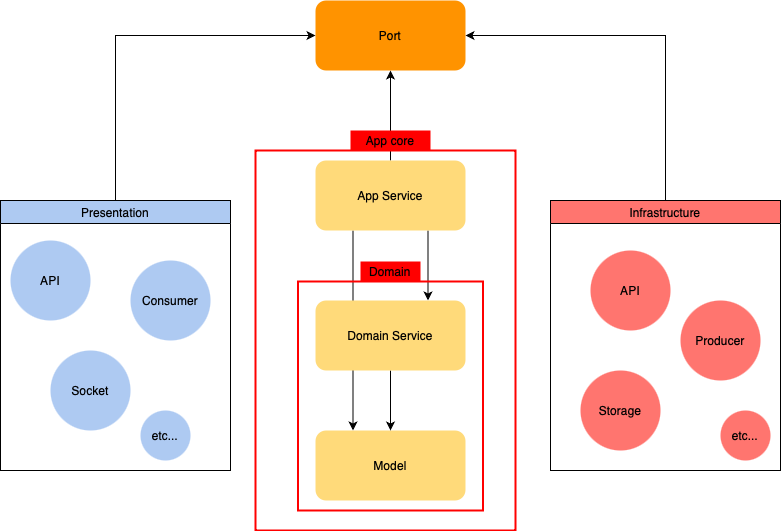
Above: Onion Architecture-relation.drawio.png in yuntai229/Onion-Architecture-Go (draw.io), before the change. Source tidied: cells renumbered, new cells last; positions are measured from the earlier drawing's top-left corner, leaving out a move shared by most shapes. Source of this version:
```xml
<mxGraphModel>
  <root>
    <mxCell id="0" />
    <mxCell id="1" parent="0" />
    <mxCell id="2" style="edgeStyle=orthogonalEdgeStyle;rounded=0;jettySize=auto;html=1;exitX=0.5;exitY=0;exitDx=0;exitDy=0;entryX=0;entryY=0.5;entryDx=0;entryDy=0;" parent="1" edge="1" source="16" target="9">
      <mxGeometry relative="1" as="geometry" />
    </mxCell>
    <mxCell id="3" style="edgeStyle=orthogonalEdgeStyle;rounded=0;jettySize=auto;html=1;exitX=0.5;exitY=0;exitDx=0;exitDy=0;entryX=1;entryY=0.5;entryDx=0;entryDy=0;" parent="1" edge="1" source="21" target="9">
      <mxGeometry relative="1" as="geometry" />
    </mxCell>
    <mxCell id="4" value="Model" style="rounded=1;whiteSpace=wrap;html=1;fillColor=#FFDA7A;strokeColor=none;" parent="1" vertex="1">
      <mxGeometry x="315" y="430" width="150" height="70" as="geometry" />
    </mxCell>
    <mxCell id="5" style="edgeStyle=orthogonalEdgeStyle;rounded=0;jettySize=auto;html=1;exitX=0.25;exitY=1;exitDx=0;exitDy=0;entryX=0.25;entryY=0;entryDx=0;entryDy=0;" parent="1" edge="1" source="8" target="4">
      <mxGeometry relative="1" as="geometry" />
    </mxCell>
    <mxCell id="6" style="edgeStyle=orthogonalEdgeStyle;rounded=0;jettySize=auto;html=1;exitX=0.75;exitY=1;exitDx=0;exitDy=0;entryX=0.75;entryY=0;entryDx=0;entryDy=0;" parent="1" edge="1" source="8" target="11">
      <mxGeometry relative="1" as="geometry" />
    </mxCell>
    <mxCell id="7" style="edgeStyle=orthogonalEdgeStyle;rounded=0;jettySize=auto;html=1;exitX=0.5;exitY=0;exitDx=0;exitDy=0;" parent="1" edge="1" source="8" target="9">
      <mxGeometry relative="1" as="geometry" />
    </mxCell>
    <mxCell id="8" value="App Service" style="rounded=1;whiteSpace=wrap;html=1;fillColor=#FFDA7A;strokeColor=none;" parent="1" vertex="1">
      <mxGeometry x="315" y="160" width="150" height="70" as="geometry" />
    </mxCell>
    <mxCell id="9" value="Port" style="rounded=1;whiteSpace=wrap;html=1;fillColor=#FF9300;strokeColor=none;" parent="1" vertex="1">
      <mxGeometry x="315" width="150" height="70" as="geometry" />
    </mxCell>
    <mxCell id="10" style="edgeStyle=orthogonalEdgeStyle;rounded=0;jettySize=auto;html=1;exitX=0.5;exitY=1;exitDx=0;exitDy=0;" parent="1" edge="1" source="11" target="4">
      <mxGeometry relative="1" as="geometry" />
    </mxCell>
    <mxCell id="11" value="Domain Service" style="rounded=1;whiteSpace=wrap;html=1;fillColor=#FFDA7A;strokeColor=none;" parent="1" vertex="1">
      <mxGeometry x="315" y="300" width="150" height="70" as="geometry" />
    </mxCell>
    <mxCell id="12" style="rounded=0;whiteSpace=wrap;html=1;fillColor=none;strokeColor=#FF0000;strokeWidth=2;" parent="1" vertex="1">
      <mxGeometry x="255" y="150" width="260" height="380" as="geometry" />
    </mxCell>
    <mxCell id="13" style="rounded=0;whiteSpace=wrap;html=1;fillColor=none;strokeWidth=2;strokeColor=#FF0000;" parent="1" vertex="1">
      <mxGeometry x="297.5" y="281" width="185" height="229" as="geometry" />
    </mxCell>
    <mxCell id="14" value="App core" style="rounded=0;whiteSpace=wrap;html=1;fillColor=#FF0000;strokeColor=none;" parent="1" vertex="1">
      <mxGeometry x="350" y="130" width="80" height="20" as="geometry" />
    </mxCell>
    <mxCell id="15" value="Domain" style="rounded=0;whiteSpace=wrap;html=1;fillColor=#FF0000;strokeColor=none;" parent="1" vertex="1">
      <mxGeometry x="360" y="261" width="60" height="20" as="geometry" />
    </mxCell>
    <mxCell id="16" value="&lt;span style=&quot;font-weight: 400;&quot;&gt;Presentation&lt;/span&gt;" style="swimlane;whiteSpace=wrap;html=1;rounded=0;align=center;verticalAlign=middle;fontFamily=Helvetica;fontSize=12;fontColor=default;fillColor=#AECAF2;" parent="1" vertex="1">
      <mxGeometry y="200" width="230" height="270" as="geometry" />
    </mxCell>
    <mxCell id="17" value="API" style="ellipse;whiteSpace=wrap;html=1;rounded=0;align=center;verticalAlign=middle;fontFamily=Helvetica;fontSize=12;fillColor=#AECAF2;strokeColor=none;" parent="16" vertex="1">
      <mxGeometry x="10" y="40" width="80" height="80" as="geometry" />
    </mxCell>
    <mxCell id="18" value="Consumer" style="ellipse;whiteSpace=wrap;html=1;rounded=0;align=center;verticalAlign=middle;fontFamily=Helvetica;fontSize=12;strokeColor=none;fillColor=#AECAF2;" parent="16" vertex="1">
      <mxGeometry x="130" y="60" width="80" height="80" as="geometry" />
    </mxCell>
    <mxCell id="19" value="Socket" style="ellipse;whiteSpace=wrap;html=1;rounded=0;align=center;verticalAlign=middle;fontFamily=Helvetica;fontSize=12;fillColor=#AECAF2;strokeColor=none;" parent="16" vertex="1">
      <mxGeometry x="50" y="150" width="80" height="80" as="geometry" />
    </mxCell>
    <mxCell id="20" value="etc..." style="ellipse;whiteSpace=wrap;html=1;rounded=0;align=center;verticalAlign=middle;fontFamily=Helvetica;fontSize=12;fillColor=#AECAF2;strokeColor=none;" parent="16" vertex="1">
      <mxGeometry x="140" y="210" width="50" height="50" as="geometry" />
    </mxCell>
    <mxCell id="21" value="&lt;span style=&quot;font-weight: 400;&quot;&gt;Infrastructure&lt;/span&gt;" style="swimlane;whiteSpace=wrap;html=1;rounded=0;align=center;verticalAlign=middle;fontFamily=Helvetica;fontSize=12;fontColor=default;fillColor=#FF756F;" parent="1" vertex="1">
      <mxGeometry x="550" y="200" width="230" height="270" as="geometry" />
    </mxCell>
    <mxCell id="22" value="API" style="ellipse;whiteSpace=wrap;html=1;rounded=0;align=center;verticalAlign=middle;fontFamily=Helvetica;fontSize=12;fillColor=#FF756F;strokeColor=none;" parent="21" vertex="1">
      <mxGeometry x="40" y="50" width="80" height="80" as="geometry" />
    </mxCell>
    <mxCell id="23" value="Storage" style="ellipse;whiteSpace=wrap;html=1;rounded=0;align=center;verticalAlign=middle;fontFamily=Helvetica;fontSize=12;strokeColor=none;fillColor=#FF756F;" parent="21" vertex="1">
      <mxGeometry x="30" y="170" width="80" height="80" as="geometry" />
    </mxCell>
    <mxCell id="24" value="Producer" style="ellipse;whiteSpace=wrap;html=1;rounded=0;align=center;verticalAlign=middle;fontFamily=Helvetica;fontSize=12;strokeColor=none;fillColor=#FF756F;" parent="21" vertex="1">
      <mxGeometry x="130" y="100" width="80" height="80" as="geometry" />
    </mxCell>
    <mxCell id="25" value="etc..." style="ellipse;whiteSpace=wrap;html=1;rounded=0;align=center;verticalAlign=middle;fontFamily=Helvetica;fontSize=12;fillColor=#FF756F;strokeColor=none;" parent="21" vertex="1">
      <mxGeometry x="170" y="210" width="50" height="50" as="geometry" />
    </mxCell>
  </root>
</mxGraphModel>
```
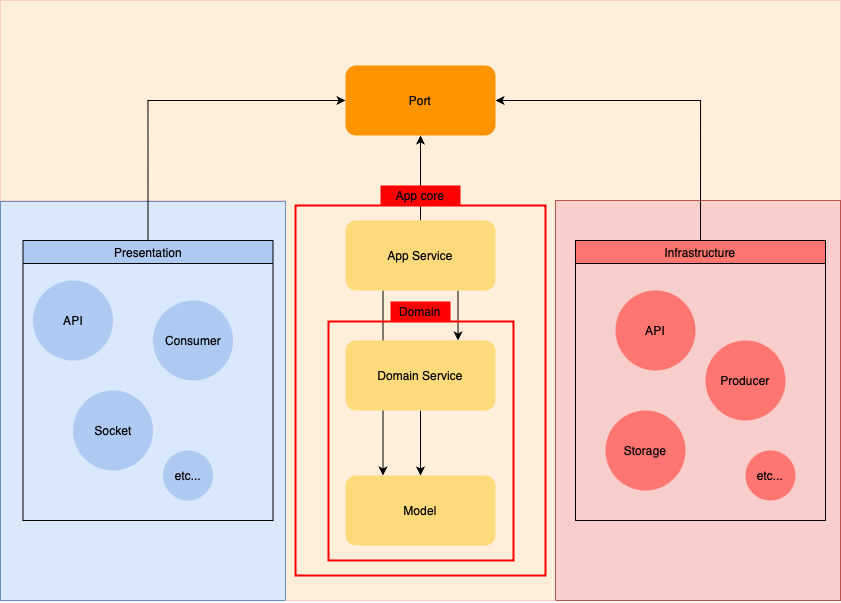
Above is the later version.

Commit message:
Doc: Update Onion Architecture diagram

The edit, as a diff of the source:
```diff
@@ -2,6 +2,18 @@
   <root>
     <mxCell id="0" />
     <mxCell id="1" parent="0" />
+    <mxCell id="26" style="rounded=0;whiteSpace=wrap;html=1;align=center;verticalAlign=middle;fontFamily=Helvetica;fontSize=12;fontColor=default;fillColor=#FFEFDA;strokeColor=#F8CECC;" parent="1" vertex="1">
+      <mxGeometry x="-5" y="-40" width="840" height="200" as="geometry" />
+    </mxCell>
+    <mxCell id="27" style="rounded=0;whiteSpace=wrap;html=1;align=center;verticalAlign=middle;fontFamily=Helvetica;fontSize=12;fontColor=default;fillColor=#FFEFDA;strokeColor=none;" parent="1" vertex="1">
+      <mxGeometry x="280" y="120" width="270" height="440" as="geometry" />
+    </mxCell>
+    <mxCell id="28" style="rounded=0;whiteSpace=wrap;html=1;align=center;verticalAlign=middle;fontFamily=Helvetica;fontSize=12;fontColor=default;fillColor=#F8CECC;strokeColor=#B85450;" parent="1" vertex="1">
+      <mxGeometry x="550" y="160" width="285" height="400" as="geometry" />
+    </mxCell>
+    <mxCell id="29" style="rounded=0;whiteSpace=wrap;html=1;align=center;verticalAlign=middle;fontFamily=Helvetica;fontSize=12;fontColor=default;fillColor=#DAE8FC;strokeColor=#6C8EBF;" parent="1" vertex="1">
+      <mxGeometry x="-5" y="161" width="285" height="399" as="geometry" />
+    </mxCell>
     <mxCell id="2" style="edgeStyle=orthogonalEdgeStyle;rounded=0;jettySize=auto;html=1;exitX=0.5;exitY=0;exitDx=0;exitDy=0;entryX=0;entryY=0.5;entryDx=0;entryDy=0;" parent="1" edge="1" source="16" target="9">
       <mxGeometry relative="1" as="geometry" />
     </mxCell>
@@ -9,7 +21,7 @@
       <mxGeometry relative="1" as="geometry" />
     </mxCell>
     <mxCell id="4" value="Model" style="rounded=1;whiteSpace=wrap;html=1;fillColor=#FFDA7A;strokeColor=none;" parent="1" vertex="1">
-      <mxGeometry x="315" y="430" width="150" height="70" as="geometry" />
+      <mxGeometry x="340" y="435" width="150" height="70" as="geometry" />
     </mxCell>
     <mxCell id="5" style="edgeStyle=orthogonalEdgeStyle;rounded=0;jettySize=auto;html=1;exitX=0.25;exitY=1;exitDx=0;exitDy=0;entryX=0.25;entryY=0;entryDx=0;entryDy=0;" parent="1" edge="1" source="8" target="4">
       <mxGeometry relative="1" as="geometry" />
@@ -21,31 +33,31 @@
       <mxGeometry relative="1" as="geometry" />
     </mxCell>
     <mxCell id="8" value="App Service" style="rounded=1;whiteSpace=wrap;html=1;fillColor=#FFDA7A;strokeColor=none;" parent="1" vertex="1">
-      <mxGeometry x="315" y="160" width="150" height="70" as="geometry" />
+      <mxGeometry x="340" y="180" width="150" height="70" as="geometry" />
     </mxCell>
     <mxCell id="9" value="Port" style="rounded=1;whiteSpace=wrap;html=1;fillColor=#FF9300;strokeColor=none;" parent="1" vertex="1">
-      <mxGeometry x="315" width="150" height="70" as="geometry" />
+      <mxGeometry x="340" y="25" width="150" height="70" as="geometry" />
     </mxCell>
     <mxCell id="10" style="edgeStyle=orthogonalEdgeStyle;rounded=0;jettySize=auto;html=1;exitX=0.5;exitY=1;exitDx=0;exitDy=0;" parent="1" edge="1" source="11" target="4">
       <mxGeometry relative="1" as="geometry" />
     </mxCell>
+    <mxCell id="12" style="rounded=0;whiteSpace=wrap;html=1;fillColor=none;strokeColor=#FF0000;strokeWidth=2;" parent="1" vertex="1">
+      <mxGeometry x="290" y="165" width="250" height="370" as="geometry" />
+    </mxCell>
     <mxCell id="11" value="Domain Service" style="rounded=1;whiteSpace=wrap;html=1;fillColor=#FFDA7A;strokeColor=none;" parent="1" vertex="1">
-      <mxGeometry x="315" y="300" width="150" height="70" as="geometry" />
+      <mxGeometry x="340" y="300" width="150" height="70" as="geometry" />
     </mxCell>
-    <mxCell id="12" style="rounded=0;whiteSpace=wrap;html=1;fillColor=none;strokeColor=#FF0000;strokeWidth=2;" parent="1" vertex="1">
-      <mxGeometry x="255" y="150" width="260" height="380" as="geometry" />
-    </mxCell>
     <mxCell id="13" style="rounded=0;whiteSpace=wrap;html=1;fillColor=none;strokeWidth=2;strokeColor=#FF0000;" parent="1" vertex="1">
-      <mxGeometry x="297.5" y="281" width="185" height="229" as="geometry" />
+      <mxGeometry x="323" y="281" width="185" height="239" as="geometry" />
     </mxCell>
     <mxCell id="14" value="App core" style="rounded=0;whiteSpace=wrap;html=1;fillColor=#FF0000;strokeColor=none;" parent="1" vertex="1">
-      <mxGeometry x="350" y="130" width="80" height="20" as="geometry" />
+      <mxGeometry x="375" y="145" width="80" height="20" as="geometry" />
     </mxCell>
     <mxCell id="15" value="Domain" style="rounded=0;whiteSpace=wrap;html=1;fillColor=#FF0000;strokeColor=none;" parent="1" vertex="1">
-      <mxGeometry x="360" y="261" width="60" height="20" as="geometry" />
+      <mxGeometry x="385" y="261" width="60" height="20" as="geometry" />
     </mxCell>
     <mxCell id="16" value="&lt;span style=&quot;font-weight: 400;&quot;&gt;Presentation&lt;/span&gt;" style="swimlane;whiteSpace=wrap;html=1;rounded=0;align=center;verticalAlign=middle;fontFamily=Helvetica;fontSize=12;fontColor=default;fillColor=#AECAF2;" parent="1" vertex="1">
-      <mxGeometry y="200" width="230" height="270" as="geometry" />
+      <mxGeometry x="17.5" y="200" width="250" height="280" as="geometry" />
     </mxCell>
     <mxCell id="17" value="API" style="ellipse;whiteSpace=wrap;html=1;rounded=0;align=center;verticalAlign=middle;fontFamily=Helvetica;fontSize=12;fillColor=#AECAF2;strokeColor=none;" parent="16" vertex="1">
       <mxGeometry x="10" y="40" width="80" height="80" as="geometry" />
@@ -60,7 +72,7 @@
       <mxGeometry x="140" y="210" width="50" height="50" as="geometry" />
     </mxCell>
     <mxCell id="21" value="&lt;span style=&quot;font-weight: 400;&quot;&gt;Infrastructure&lt;/span&gt;" style="swimlane;whiteSpace=wrap;html=1;rounded=0;align=center;verticalAlign=middle;fontFamily=Helvetica;fontSize=12;fontColor=default;fillColor=#FF756F;" parent="1" vertex="1">
-      <mxGeometry x="550" y="200" width="230" height="270" as="geometry" />
+      <mxGeometry x="570" y="200" width="250" height="280" as="geometry" />
     </mxCell>
     <mxCell id="22" value="API" style="ellipse;whiteSpace=wrap;html=1;rounded=0;align=center;verticalAlign=middle;fontFamily=Helvetica;fontSize=12;fillColor=#FF756F;strokeColor=none;" parent="21" vertex="1">
       <mxGeometry x="40" y="50" width="80" height="80" as="geometry" />
@@ -74,5 +86,8 @@
     <mxCell id="25" value="etc..." style="ellipse;whiteSpace=wrap;html=1;rounded=0;align=center;verticalAlign=middle;fontFamily=Helvetica;fontSize=12;fillColor=#FF756F;strokeColor=none;" parent="21" vertex="1">
       <mxGeometry x="170" y="210" width="50" height="50" as="geometry" />
     </mxCell>
+    <mxCell id="30" style="endArrow=none;html=1;rounded=0;fontFamily=Helvetica;fontSize=12;fontColor=default;entryX=0;entryY=1;entryDx=0;entryDy=0;exitX=0;exitY=1;exitDx=0;exitDy=0;strokeColor=#F8CECC;" parent="1" edge="1" source="27" target="28">
+      <mxGeometry relative="1" as="geometry" />
+    </mxCell>
   </root>
 </mxGraphModel>
```
